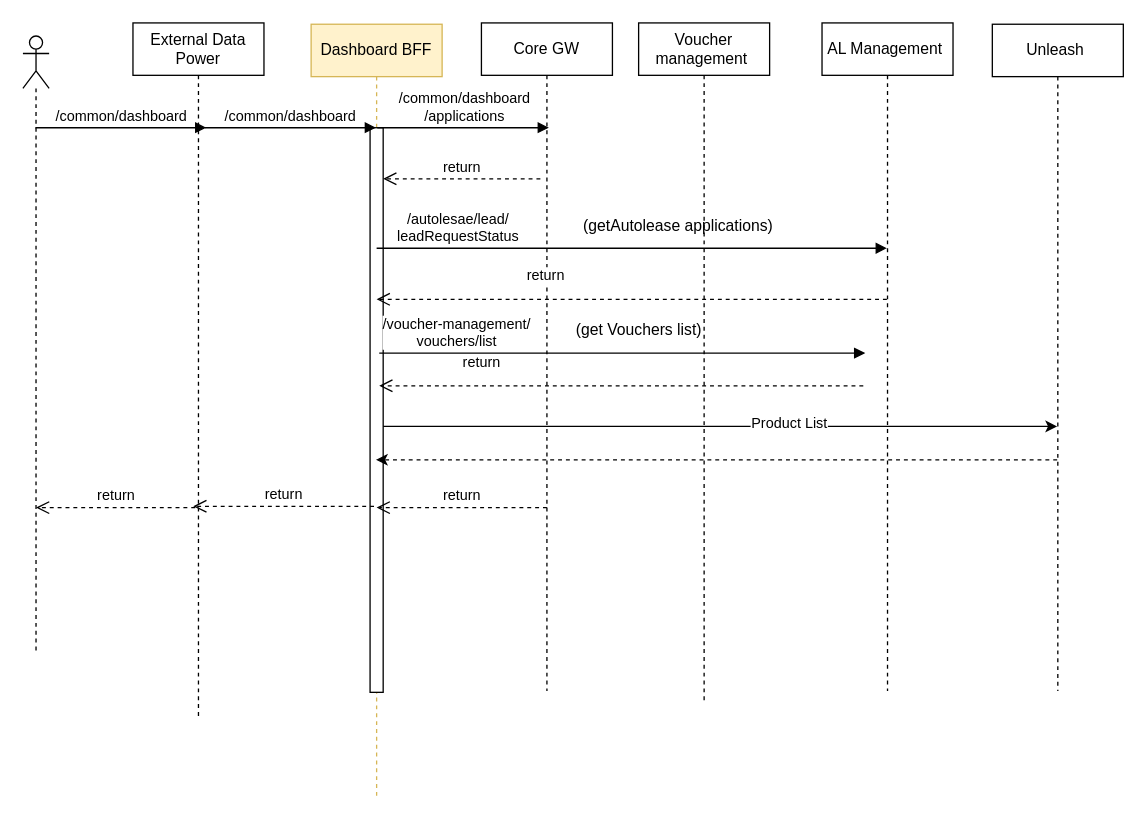
The draw.io diagram page "Page-1" (1 of 2) of Dashboard.drawio in MHosnii/Migration, before the edit. Source tidied: cells renumbered, new cells numbered last; positions are measured from the earlier drawing's top-left corner, leaving out a move shared by most shapes. Both pictures are drawn from the tidied source at 131%, with x=0, y=0 at pixel (22, 22).
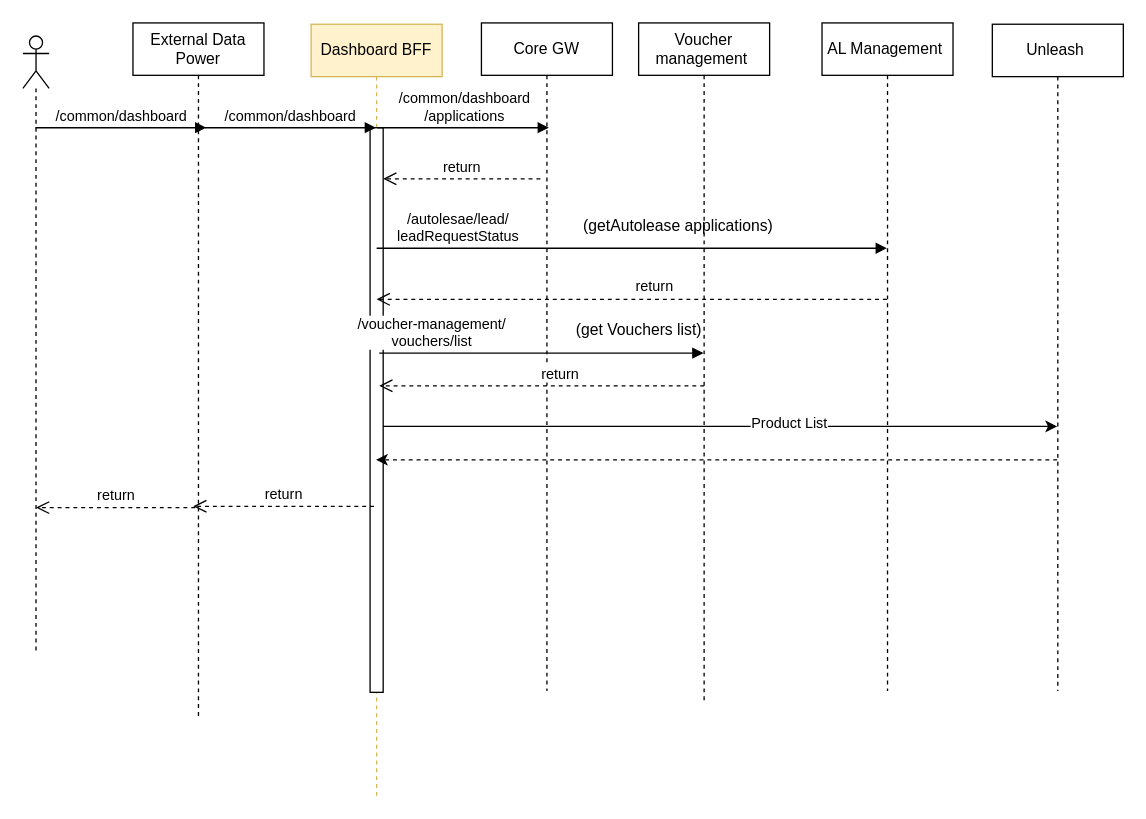
After the change.

The change refers to these unchanged cells:
```xml
<mxCell id="13" value="Voucher management&amp;nbsp;" style="shape=umlLifeline;perimeter=lifelinePerimeter;whiteSpace=wrap;html=1;outlineConnect=0;portConstraint=eastwest;newEdgeStyle={&quot;curved&quot;:0,&quot;rounded&quot;:0};" parent="1" vertex="1">
  <mxGeometry x="470" width="100" height="520" as="geometry" />
</mxCell>
```

Diff of the diagram source:
```diff
@@
     <mxCell id="14" value="return" style="html=1;verticalAlign=bottom;endArrow=open;dashed=1;endSize=8;curved=0;rounded=0;" parent="1" edge="1">
-      <mxGeometry x="0.34" y="-9" relative="1" as="geometry">
+      <mxGeometry x="-0.08" y="-1" relative="1" as="geometry">
         <mxPoint x="659.5" y="211" as="sourcePoint" />
         <mxPoint x="270" y="211" as="targetPoint" />
+        <mxPoint x="1" as="offset" />
       </mxGeometry>
     </mxCell>
@@
     <mxCell id="16" value="return" style="html=1;verticalAlign=bottom;endArrow=open;dashed=1;endSize=8;curved=0;rounded=0;" parent="1" edge="1">
-      <mxGeometry x="0.58" y="-9" relative="1" as="geometry">
-        <mxPoint x="641.5" y="277" as="sourcePoint" />
+      <mxGeometry x="-0.11" relative="1" as="geometry">
+        <mxPoint x="520" y="277" as="sourcePoint" />
         <mxPoint x="272" y="277" as="targetPoint" />
       </mxGeometry>
     </mxCell>
-    <mxCell id="17" value="/voucher-management/&lt;div&gt;vouchers/list&lt;/div&gt;" style="html=1;verticalAlign=bottom;endArrow=block;curved=0;rounded=0;" parent="1" edge="1">
+    <mxCell id="17" value="/voucher-management/&lt;div&gt;vouchers/list&lt;/div&gt;" style="html=1;verticalAlign=bottom;endArrow=block;curved=0;rounded=0;" parent="1" edge="1" target="13">
       <mxGeometry x="-0.68" relative="1" as="geometry">
         <mxPoint x="272" y="252" as="sourcePoint" />
-        <mxPoint x="643" y="252" as="targetPoint" />
       </mxGeometry>
     </mxCell>
-    <mxCell id="18" value="return" style="html=1;verticalAlign=bottom;endArrow=open;dashed=1;endSize=8;curved=0;rounded=0;" parent="1" edge="1">
-      <mxGeometry relative="1" as="geometry">
-        <mxPoint x="400" y="370" as="sourcePoint" />
-        <mxPoint x="270" y="370" as="targetPoint" />
-      </mxGeometry>
-    </mxCell>
```
